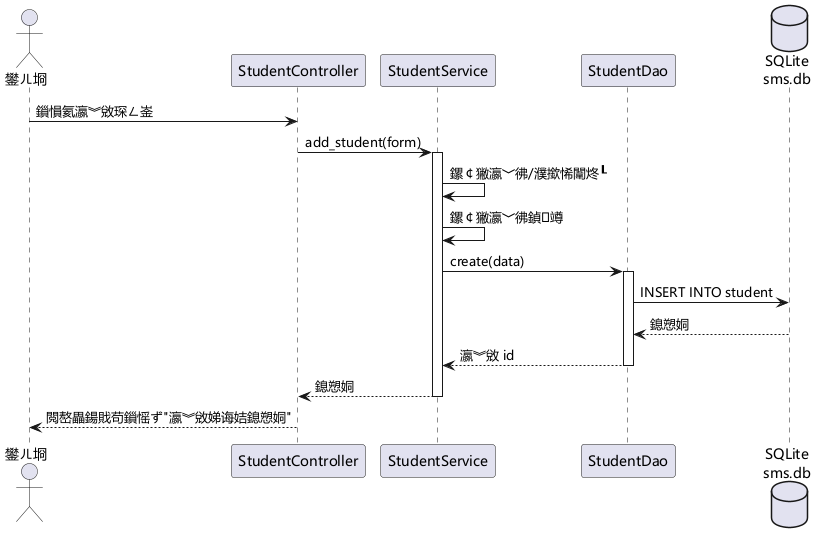
otreeevol/project keeps this PlantUML diagram as docs/diagrams/sequence-add-student.png. Above is the earlier version.
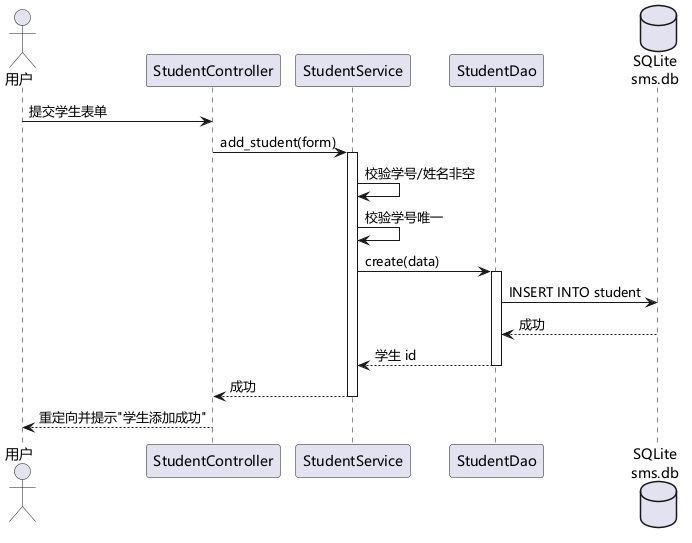
The same diagram one commit later.

Diff of the diagram source:
```diff
@@ -1,23 +1,23 @@
 @startuml
 skinparam defaultFontName "Microsoft YaHei"
-actor "鐢ㄦ埛" as User
+actor "用户" as User
 participant "StudentController" as C
 participant "StudentService" as S
 participant "StudentDao" as D
 database "SQLite\nsms.db" as DB
 
-User -> C : 鎻愪氦瀛︾敓琛ㄥ崟
+User -> C : 提交学生表单
 C -> S : add_student(form)
 activate S
-S -> S : 鏍￠獙瀛﹀彿/濮撳悕闈炵┖
-S -> S : 鏍￠獙瀛﹀彿鍞竴
+S -> S : 校验学号/姓名非空
+S -> S : 校验学号唯一
 S -> D : create(data)
 activate D
 D -> DB : INSERT INTO student
-DB --> D : 鎴愬姛
-D --> S : 瀛︾敓 id
+DB --> D : 成功
+D --> S : 学生 id
 deactivate D
-S --> C : 鎴愬姛
+S --> C : 成功
 deactivate S
-C --> User : 閲嶅畾鍚戝苟鎻愮ず"瀛︾敓娣诲姞鎴愬姛"
+C --> User : 重定向并提示"学生添加成功"
 @enduml
```
